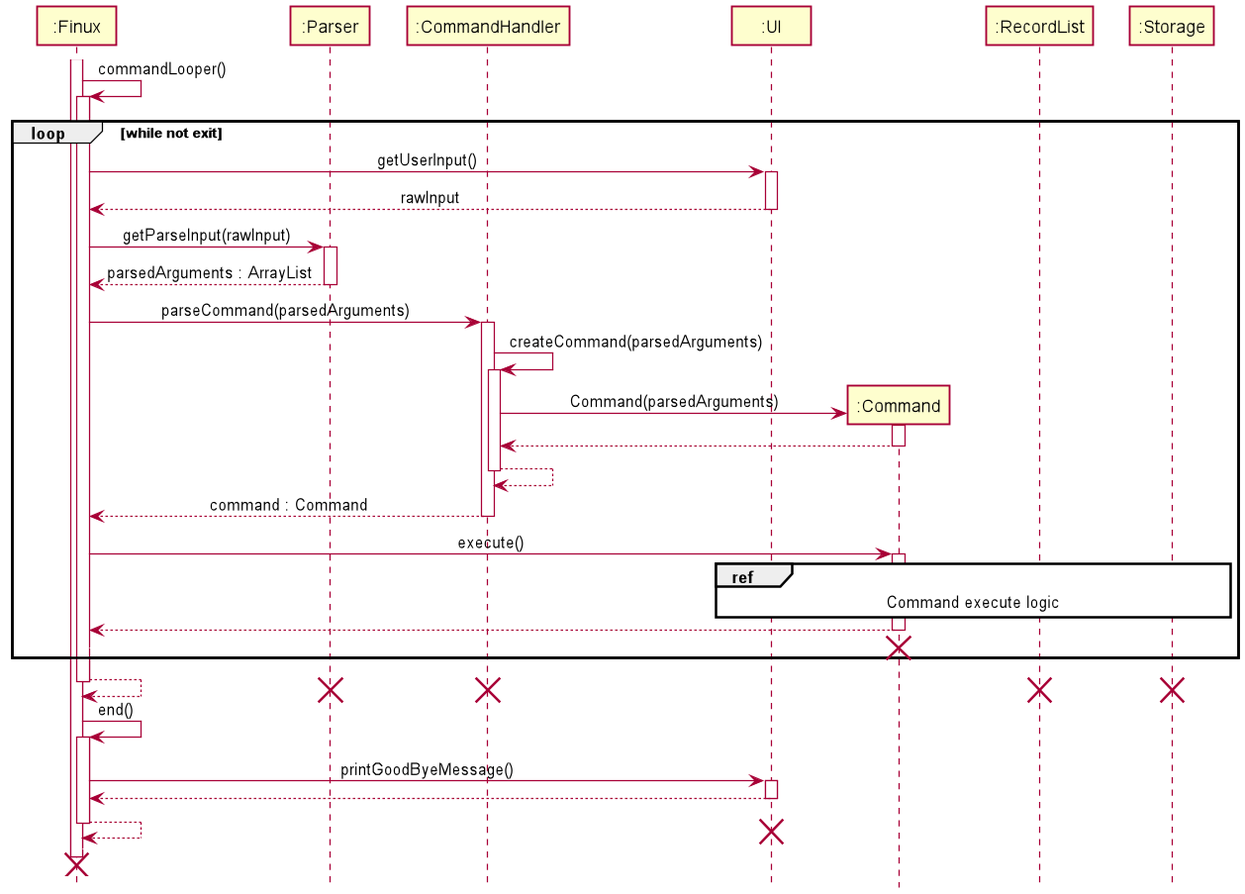
This is docs/img/CommandLooperSequenceDiagram.png from nus-cs2113-AY2021S2/tp, a PlantUML export, as it was before one commit.
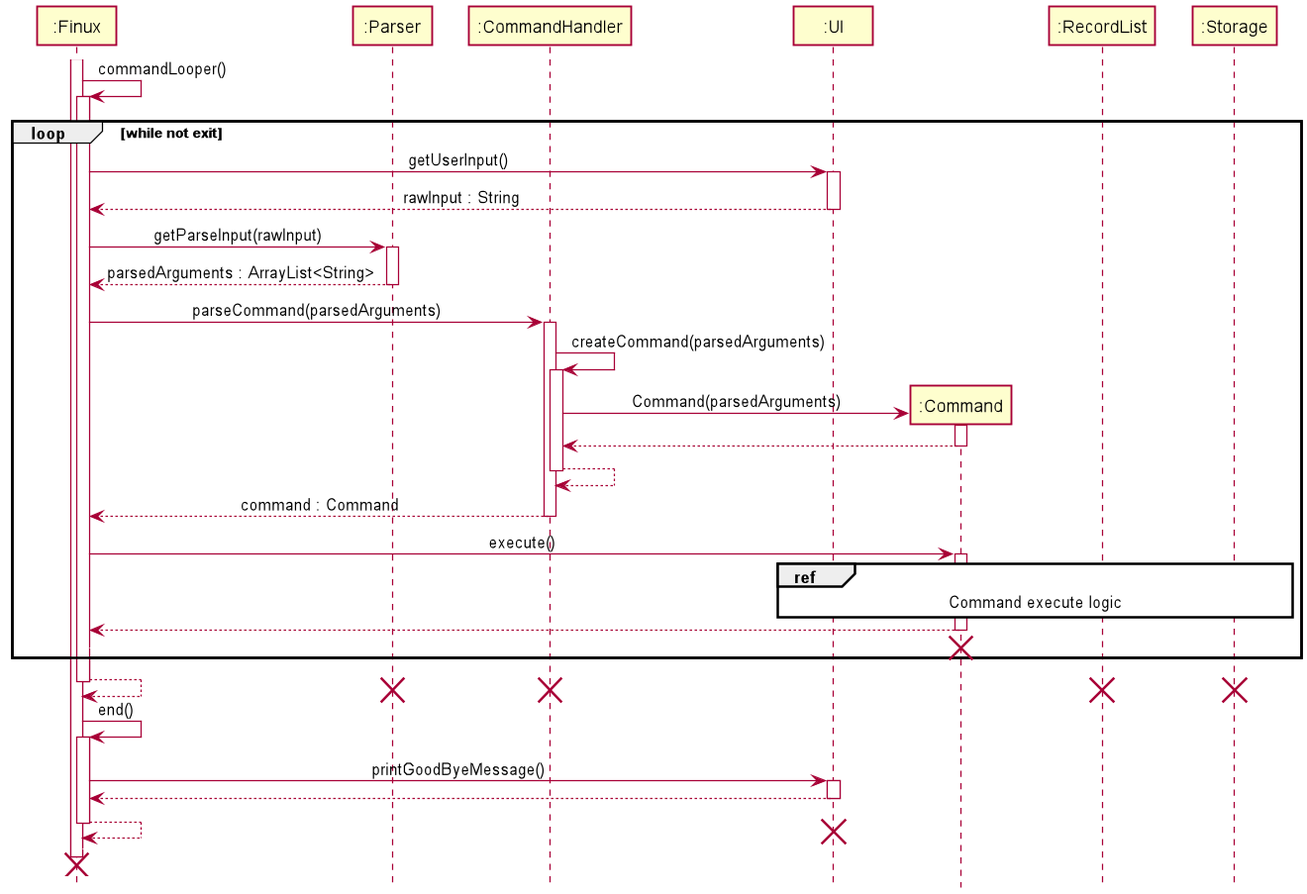
Above is the later version.

What changed in the source:
```diff
@@ -17,12 +17,12 @@
 loop while not exit
     Finux -> UI : getUserInput()
     activate UI
-    UI --> Finux : rawInput
+    UI --> Finux : rawInput : String
     deactivate UI
 
     Finux -> ParserHandler : getParseInput(rawInput)
     activate ParserHandler
-    ParserHandler --> Finux : parsedArguments : ArrayList
+    ParserHandler --> Finux : parsedArguments : ArrayList<String>
     deactivate ParserHandler
 
     Finux -> CommandHandler : parseCommand(parsedArguments)
```
